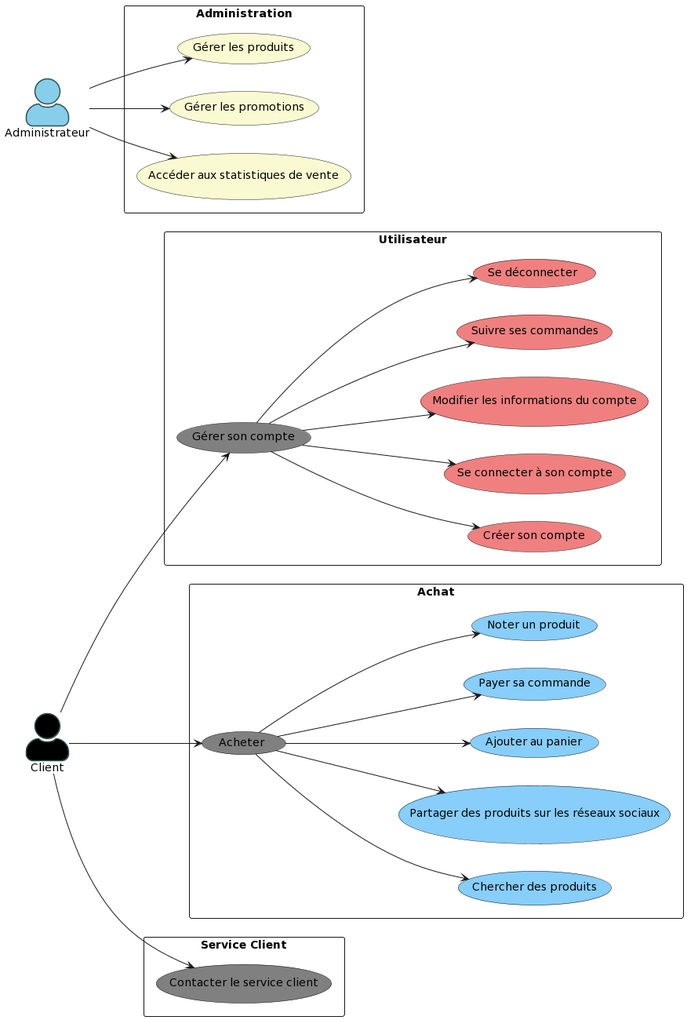
Above: doc/Notre client/Diagrammes/Use Case/UC_Site_Web.png in IUT-Blagnac/sae-3-01-devapp-Groupe-12 (PlantUML), before the change.
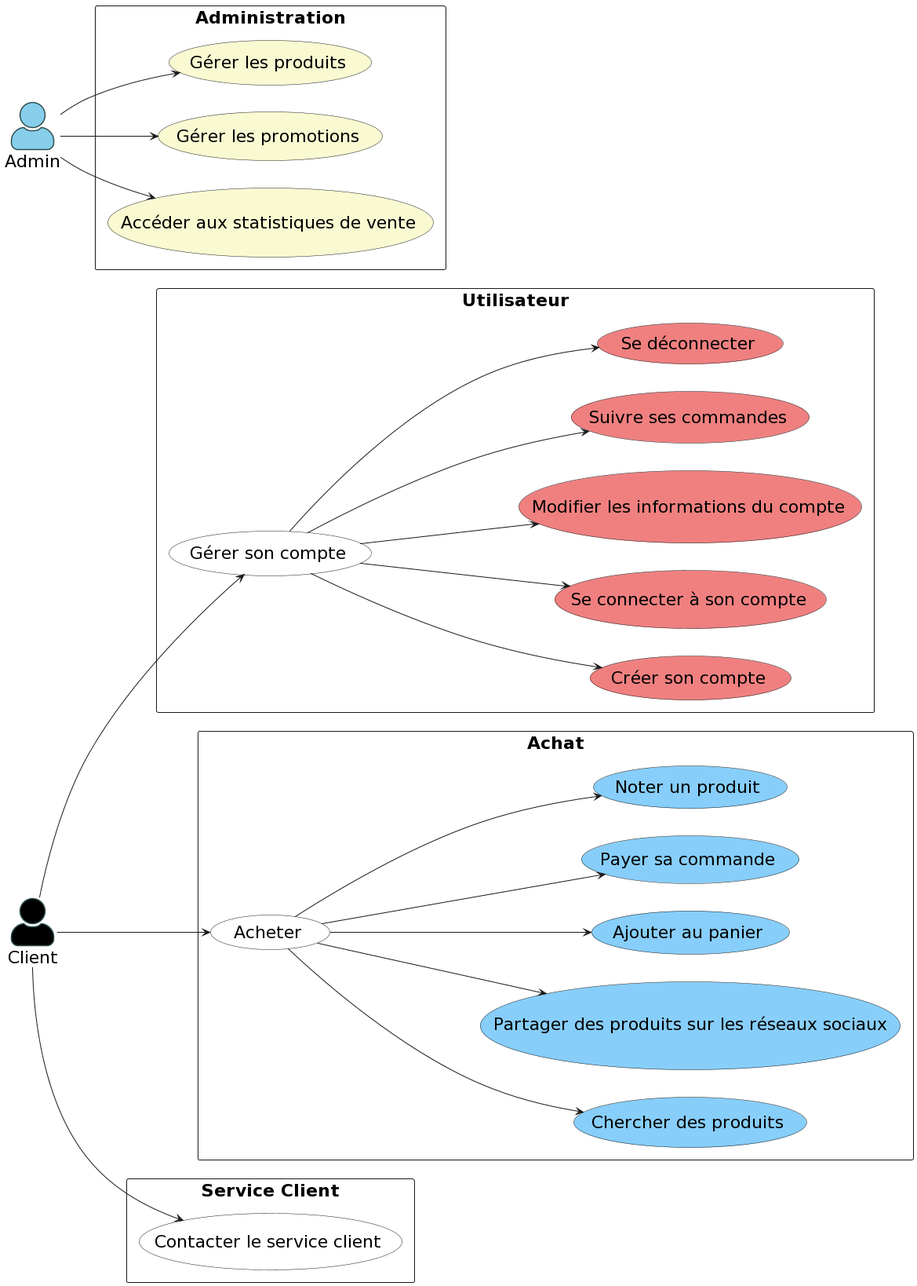
Later version of the same file.

Commit message:
Ajout nouveau use case partie web

Change to the diagram source:
```diff
@@ -1,4 +1,6 @@
 @startuml
+skinparam defaultFontSize 22
+
 skinparam actorStyle awesome
 
 left to right direction
@@ -9,10 +11,10 @@
 }
 
 actor Client as Client #black
-actor Administrateur as Admin #SkyBlue
+actor Admin as Admin #SkyBlue
 
 rectangle "Utilisateur" {
-    usecase "Gérer son compte" as ManageAccount #grey
+    usecase "Gérer son compte" as ManageAccount #white
     usecase "Créer son compte" as CreateAccount #LightCoral
     usecase "Se connecter à son compte" as Login #LightCoral
     usecase "Modifier les informations du compte" as ModifyAccountInfo #LightCoral
@@ -28,7 +30,7 @@
 }
 
 rectangle "Achat" {
-    usecase "Acheter" as Purchase #grey
+    usecase "Acheter" as Purchase #white
     usecase "Chercher des produits" as SearchProducts #LightSkyBlue
     usecase "Partager des produits sur les réseaux sociaux" as shareProduct #LightSkyBlue
     usecase "Ajouter au panier" as AddToCart #LightSkyBlue
@@ -44,7 +46,7 @@
 }
 
 rectangle "Service Client" {
-    usecase "Contacter le service client" as customerService #grey
+    usecase "Contacter le service client" as customerService #white
 
     Client --> customerService
 }
```
